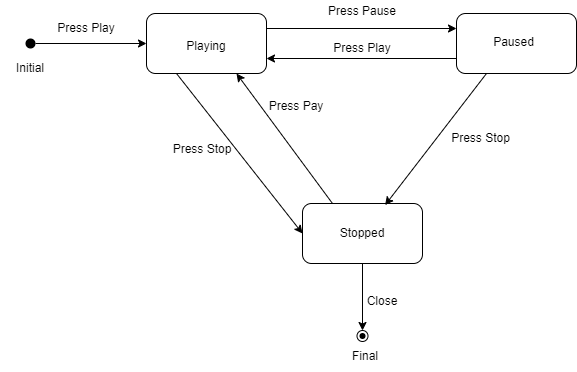
Before: VCL media player.drawio.png, a diagram exported from draw.io (devansh19/Drawio). Source tidied: cells renumbered, new cells last; positions are measured from the earlier drawing's top-left corner, leaving out a move shared by most shapes. Source of this version:
```xml
<mxGraphModel>
  <root>
    <mxCell id="0" />
    <mxCell id="1" parent="0" />
    <mxCell id="2" style="rounded=1;whiteSpace=wrap;html=1;" parent="1" vertex="1">
      <mxGeometry x="146" y="13" width="120" height="60" as="geometry" />
    </mxCell>
    <mxCell id="3" style="shape=waypoint;sketch=0;fillStyle=solid;size=6;fillColor=none;perimeter=centerPerimeter;strokeWidth=3;" parent="1" vertex="1">
      <mxGeometry x="20" y="33" width="20" height="20" as="geometry" />
    </mxCell>
    <mxCell id="4" value="Press Play" style="text;html=1;strokeColor=none;fillColor=none;align=center;verticalAlign=middle;whiteSpace=wrap;rounded=0;" parent="1" vertex="1">
      <mxGeometry x="56" y="13" width="60" height="30" as="geometry" />
    </mxCell>
    <mxCell id="5" value="Playing" style="text;html=1;strokeColor=none;fillColor=none;align=center;verticalAlign=middle;whiteSpace=wrap;rounded=0;" parent="1" vertex="1">
      <mxGeometry x="166" y="28" width="80" height="35" as="geometry" />
    </mxCell>
    <mxCell id="6" style="rounded=1;whiteSpace=wrap;html=1;strokeWidth=1;" parent="1" vertex="1">
      <mxGeometry x="456" y="13" width="120" height="60" as="geometry" />
    </mxCell>
    <mxCell id="7" style="rounded=1;whiteSpace=wrap;html=1;strokeWidth=1;" parent="1" vertex="1">
      <mxGeometry x="302" y="203" width="120" height="60" as="geometry" />
    </mxCell>
    <mxCell id="8" style="endArrow=classic;html=1;rounded=0;entryX=0;entryY=0.5;entryDx=0;entryDy=0;" parent="1" edge="1" target="2">
      <mxGeometry relative="1" as="geometry">
        <mxPoint x="35" y="43" as="sourcePoint" />
      </mxGeometry>
    </mxCell>
    <mxCell id="9" style="endArrow=classic;html=1;rounded=0;exitX=1;exitY=0.25;exitDx=0;exitDy=0;entryX=0;entryY=0.25;entryDx=0;entryDy=0;" parent="1" edge="1" source="2" target="6">
      <mxGeometry relative="1" as="geometry" />
    </mxCell>
    <mxCell id="10" style="endArrow=classic;html=1;rounded=0;entryX=1;entryY=0.75;entryDx=0;entryDy=0;exitX=0;exitY=0.75;exitDx=0;exitDy=0;" parent="1" edge="1" source="6" target="2">
      <mxGeometry relative="1" as="geometry" />
    </mxCell>
    <mxCell id="11" value="Paused" style="text;html=1;strokeColor=none;fillColor=none;align=center;verticalAlign=middle;whiteSpace=wrap;rounded=0;" parent="1" vertex="1">
      <mxGeometry x="475" y="28" width="77" height="27" as="geometry" />
    </mxCell>
    <mxCell id="12" value="Press Pause" style="text;html=1;strokeColor=none;fillColor=none;align=center;verticalAlign=middle;whiteSpace=wrap;rounded=0;" parent="1" vertex="1">
      <mxGeometry x="318" width="88" height="22" as="geometry" />
    </mxCell>
    <mxCell id="13" value="Press Play" style="text;html=1;strokeColor=none;fillColor=none;align=center;verticalAlign=middle;whiteSpace=wrap;rounded=0;" parent="1" vertex="1">
      <mxGeometry x="332" y="33" width="60" height="30" as="geometry" />
    </mxCell>
    <mxCell id="14" style="endArrow=classic;html=1;rounded=0;entryX=0.688;entryY=0.027;entryDx=0;entryDy=0;entryPerimeter=0;exitX=0.25;exitY=1;exitDx=0;exitDy=0;" parent="1" edge="1" source="6" target="7">
      <mxGeometry relative="1" as="geometry" />
    </mxCell>
    <mxCell id="15" value="Stopped" style="text;html=1;strokeColor=none;fillColor=none;align=center;verticalAlign=middle;whiteSpace=wrap;rounded=0;" parent="1" vertex="1">
      <mxGeometry x="329" y="215.5" width="66" height="35" as="geometry" />
    </mxCell>
    <mxCell id="16" value="Press Stop" style="text;html=1;strokeColor=none;fillColor=none;align=center;verticalAlign=middle;whiteSpace=wrap;rounded=0;" parent="1" vertex="1">
      <mxGeometry x="442" y="121" width="77" height="33" as="geometry" />
    </mxCell>
    <mxCell id="17" style="endArrow=classic;html=1;rounded=0;exitX=0.25;exitY=0;exitDx=0;exitDy=0;entryX=0.75;entryY=1;entryDx=0;entryDy=0;" parent="1" edge="1" source="7" target="2">
      <mxGeometry relative="1" as="geometry" />
    </mxCell>
    <mxCell id="18" style="endArrow=classic;html=1;rounded=0;exitX=0.25;exitY=1;exitDx=0;exitDy=0;entryX=0;entryY=0.5;entryDx=0;entryDy=0;" parent="1" edge="1" source="2" target="7">
      <mxGeometry relative="1" as="geometry" />
    </mxCell>
    <mxCell id="19" value="Press Pay" style="text;html=1;strokeColor=none;fillColor=none;align=center;verticalAlign=middle;whiteSpace=wrap;rounded=0;" parent="1" vertex="1">
      <mxGeometry x="266" y="91" width="60" height="30" as="geometry" />
    </mxCell>
    <mxCell id="20" value="Press Stop" style="text;html=1;strokeColor=none;fillColor=none;align=center;verticalAlign=middle;whiteSpace=wrap;rounded=0;" parent="1" vertex="1">
      <mxGeometry x="158" y="132" width="88" height="33" as="geometry" />
    </mxCell>
    <mxCell id="21" value="Initial" style="text;html=1;strokeColor=none;fillColor=none;align=center;verticalAlign=middle;whiteSpace=wrap;rounded=0;" parent="1" vertex="1">
      <mxGeometry y="53" width="60" height="30" as="geometry" />
    </mxCell>
    <mxCell id="22" value="Final" style="text;html=1;strokeColor=none;fillColor=none;align=center;verticalAlign=middle;whiteSpace=wrap;rounded=0;" parent="1" vertex="1">
      <mxGeometry x="335" y="341" width="60" height="30" as="geometry" />
    </mxCell>
    <mxCell id="23" style="ellipse;whiteSpace=wrap;html=1;strokeWidth=1;" parent="1" vertex="1">
      <mxGeometry x="356.5" y="330" width="11" height="11" as="geometry" />
    </mxCell>
    <mxCell id="24" style="shape=waypoint;sketch=0;fillStyle=solid;size=6;fillColor=none;perimeter=centerPerimeter;strokeWidth=1;" parent="1" vertex="1">
      <mxGeometry x="352" y="325.5" width="20" height="20" as="geometry" />
    </mxCell>
    <mxCell id="25" style="endArrow=classic;html=1;rounded=0;exitX=0.5;exitY=1;exitDx=0;exitDy=0;" parent="1" edge="1" source="7">
      <mxGeometry relative="1" as="geometry">
        <mxPoint x="362" y="330" as="targetPoint" />
      </mxGeometry>
    </mxCell>
    <mxCell id="26" value="Close" style="text;html=1;strokeColor=none;fillColor=none;align=center;verticalAlign=middle;whiteSpace=wrap;rounded=0;" parent="1" vertex="1">
      <mxGeometry x="352" y="286" width="60" height="30" as="geometry" />
    </mxCell>
  </root>
</mxGraphModel>
```
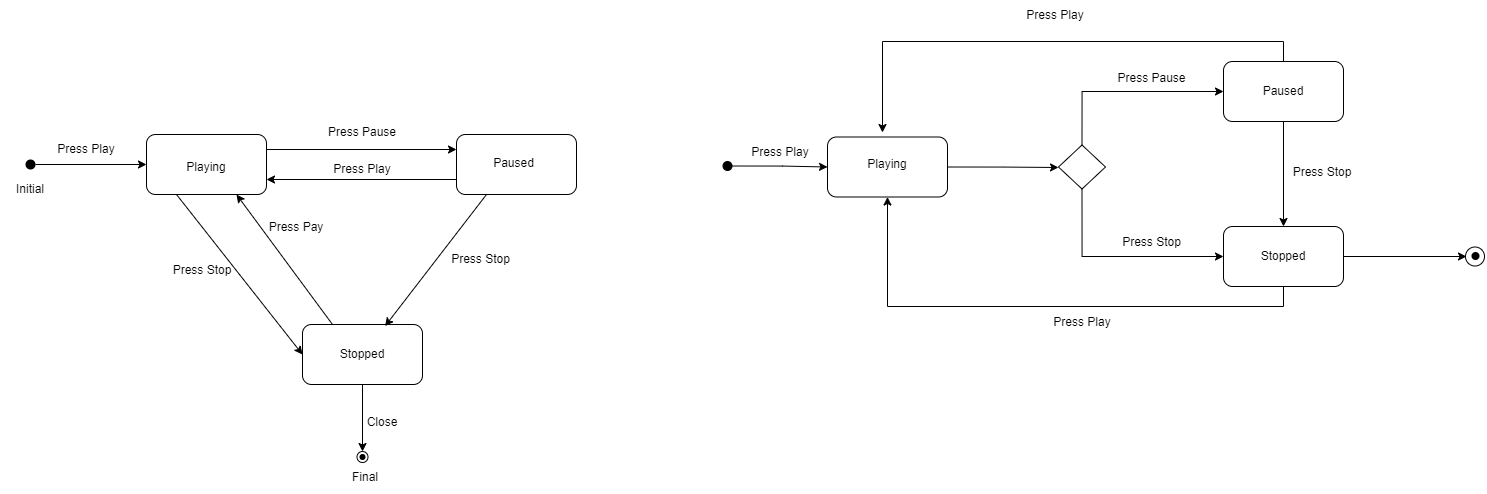
After the commit.

Diff of the diagram source:
```diff
@@ -81,5 +81,83 @@
     <mxCell id="26" value="Close" style="text;html=1;strokeColor=none;fillColor=none;align=center;verticalAlign=middle;whiteSpace=wrap;rounded=0;" parent="1" vertex="1">
       <mxGeometry x="352" y="286" width="60" height="30" as="geometry" />
     </mxCell>
+    <mxCell id="27" style="edgeStyle=orthogonalEdgeStyle;rounded=0;jettySize=auto;html=1;exitX=1;exitY=0.5;exitDx=0;exitDy=0;" parent="1" edge="1" source="28">
+      <mxGeometry relative="1" as="geometry">
+        <mxPoint x="1058" y="46" as="targetPoint" />
+      </mxGeometry>
+    </mxCell>
+    <mxCell id="28" style="rounded=1;whiteSpace=wrap;html=1;strokeWidth=1;" parent="1" vertex="1">
+      <mxGeometry x="827" y="15.5" width="120" height="60" as="geometry" />
+    </mxCell>
+    <mxCell id="29" style="edgeStyle=orthogonalEdgeStyle;rounded=0;jettySize=auto;html=1;exitX=0.5;exitY=0;exitDx=0;exitDy=0;" parent="1" edge="1" source="31">
+      <mxGeometry relative="1" as="geometry">
+        <mxPoint x="882" y="11" as="targetPoint" />
+      </mxGeometry>
+    </mxCell>
+    <mxCell id="30" style="edgeStyle=orthogonalEdgeStyle;rounded=0;jettySize=auto;html=1;exitX=0.5;exitY=1;exitDx=0;exitDy=0;entryX=0.5;entryY=0;entryDx=0;entryDy=0;" parent="1" edge="1" source="31" target="34">
+      <mxGeometry relative="1" as="geometry" />
+    </mxCell>
+    <mxCell id="31" style="rounded=1;whiteSpace=wrap;html=1;strokeWidth=1;" parent="1" vertex="1">
+      <mxGeometry x="1223" y="-60" width="120" height="60" as="geometry" />
+    </mxCell>
+    <mxCell id="32" style="edgeStyle=orthogonalEdgeStyle;rounded=0;jettySize=auto;html=1;exitX=0.5;exitY=1;exitDx=0;exitDy=0;entryX=0.5;entryY=1;entryDx=0;entryDy=0;" parent="1" edge="1" source="34" target="28">
+      <mxGeometry relative="1" as="geometry" />
+    </mxCell>
+    <mxCell id="33" style="edgeStyle=orthogonalEdgeStyle;rounded=0;jettySize=auto;html=1;exitX=1;exitY=0.5;exitDx=0;exitDy=0;entryX=-0.093;entryY=0.556;entryDx=0;entryDy=0;entryPerimeter=0;" parent="1" edge="1" source="34">
+      <mxGeometry relative="1" as="geometry">
+        <mxPoint x="1466" y="135" as="targetPoint" />
+      </mxGeometry>
+    </mxCell>
+    <mxCell id="34" style="rounded=1;whiteSpace=wrap;html=1;strokeWidth=1;" parent="1" vertex="1">
+      <mxGeometry x="1223" y="105" width="120" height="60" as="geometry" />
+    </mxCell>
+    <mxCell id="35" style="edgeStyle=orthogonalEdgeStyle;rounded=0;jettySize=auto;html=1;exitX=0.5;exitY=0;exitDx=0;exitDy=0;entryX=0;entryY=0.5;entryDx=0;entryDy=0;" parent="1" edge="1" source="37" target="31">
+      <mxGeometry relative="1" as="geometry" />
+    </mxCell>
+    <mxCell id="36" style="edgeStyle=orthogonalEdgeStyle;rounded=0;jettySize=auto;html=1;exitX=0.5;exitY=1;exitDx=0;exitDy=0;entryX=0;entryY=0.5;entryDx=0;entryDy=0;" parent="1" edge="1" source="37" target="34">
+      <mxGeometry relative="1" as="geometry" />
+    </mxCell>
+    <mxCell id="37" style="rhombus;whiteSpace=wrap;html=1;strokeWidth=1;" parent="1" vertex="1">
+      <mxGeometry x="1058" y="23.5" width="47" height="44" as="geometry" />
+    </mxCell>
+    <mxCell id="38" value="Playing" style="text;html=1;strokeColor=none;fillColor=none;align=center;verticalAlign=middle;whiteSpace=wrap;rounded=0;" parent="1" vertex="1">
+      <mxGeometry x="857" y="28" width="60" height="30" as="geometry" />
+    </mxCell>
+    <mxCell id="39" value="Paused" style="text;html=1;strokeColor=none;fillColor=none;align=center;verticalAlign=middle;whiteSpace=wrap;rounded=0;" parent="1" vertex="1">
+      <mxGeometry x="1253" y="-45" width="60" height="30" as="geometry" />
+    </mxCell>
+    <mxCell id="40" value="Stopped" style="text;html=1;strokeColor=none;fillColor=none;align=center;verticalAlign=middle;whiteSpace=wrap;rounded=0;" parent="1" vertex="1">
+      <mxGeometry x="1253" y="120" width="60" height="30" as="geometry" />
+    </mxCell>
+    <mxCell id="41" value="Press Pause" style="text;html=1;strokeColor=none;fillColor=none;align=center;verticalAlign=middle;whiteSpace=wrap;rounded=0;" parent="1" vertex="1">
+      <mxGeometry x="1113" y="-60" width="77" height="33" as="geometry" />
+    </mxCell>
+    <mxCell id="42" value="Press Stop" style="text;html=1;strokeColor=none;fillColor=none;align=center;verticalAlign=middle;whiteSpace=wrap;rounded=0;" parent="1" vertex="1">
+      <mxGeometry x="1113" y="110" width="77" height="22" as="geometry" />
+    </mxCell>
+    <mxCell id="43" value="Press Play" style="text;html=1;strokeColor=none;fillColor=none;align=center;verticalAlign=middle;whiteSpace=wrap;rounded=0;" parent="1" vertex="1">
+      <mxGeometry x="1025" y="-121" width="60" height="30" as="geometry" />
+    </mxCell>
+    <mxCell id="44" value="Press Stop" style="text;html=1;strokeColor=none;fillColor=none;align=center;verticalAlign=middle;whiteSpace=wrap;rounded=0;" parent="1" vertex="1">
+      <mxGeometry x="1289" y="34.5" width="66" height="33" as="geometry" />
+    </mxCell>
+    <mxCell id="45" value="Press Play" style="text;html=1;strokeColor=none;fillColor=none;align=center;verticalAlign=middle;whiteSpace=wrap;rounded=0;" parent="1" vertex="1">
+      <mxGeometry x="1051.5" y="185.5" width="60" height="30" as="geometry" />
+    </mxCell>
+    <mxCell id="46" style="edgeStyle=orthogonalEdgeStyle;rounded=0;jettySize=auto;html=1;entryX=0;entryY=0.5;entryDx=0;entryDy=0;exitX=0.367;exitY=0.178;exitDx=0;exitDy=0;exitPerimeter=0;" parent="1" edge="1" source="47" target="28">
+      <mxGeometry relative="1" as="geometry" />
+    </mxCell>
+    <mxCell id="47" style="shape=waypoint;sketch=0;fillStyle=solid;size=6;points=[];fillColor=none;perimeter=centerPerimeter;snapToPoint=1;strokeWidth=3;" parent="1" vertex="1">
+      <mxGeometry x="717" y="34.5" width="20" height="20" as="geometry" />
+    </mxCell>
+    <mxCell id="48" value="Press Play" style="text;html=1;strokeColor=none;fillColor=none;align=center;verticalAlign=middle;whiteSpace=wrap;rounded=0;" parent="1" vertex="1">
+      <mxGeometry x="750" y="15.5" width="60" height="30" as="geometry" />
+    </mxCell>
+    <mxCell id="49" style="ellipse;whiteSpace=wrap;html=1;strokeWidth=1;" parent="1" vertex="1">
+      <mxGeometry x="1465" y="125.5" width="19" height="19" as="geometry" />
+    </mxCell>
+    <mxCell id="50" style="shape=waypoint;sketch=0;fillStyle=solid;size=6;fillColor=none;perimeter=centerPerimeter;strokeWidth=2;" parent="1" vertex="1">
+      <mxGeometry x="1465" y="124.5" width="20" height="20" as="geometry" />
+    </mxCell>
   </root>
 </mxGraphModel>
```
